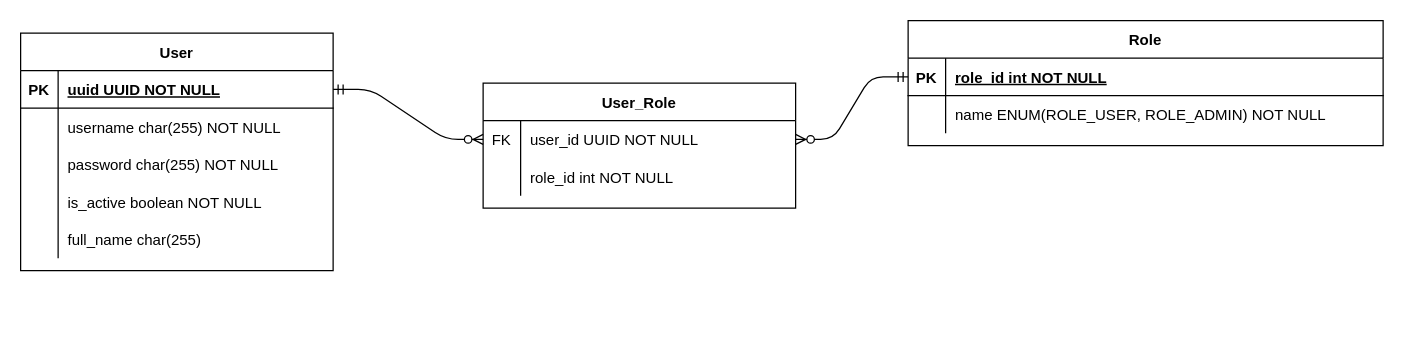
ThingooKNI/backend keeps this draw.io diagram as ERD.drawio. Above is the earlier version. Source tidied: cells renumbered, new cells numbered last; positions are measured from the earlier drawing's top-left corner, leaving out a move shared by most shapes. Both pictures are drawn from the tidied source at 125%, with x=0, y=0 at pixel (20, 20).
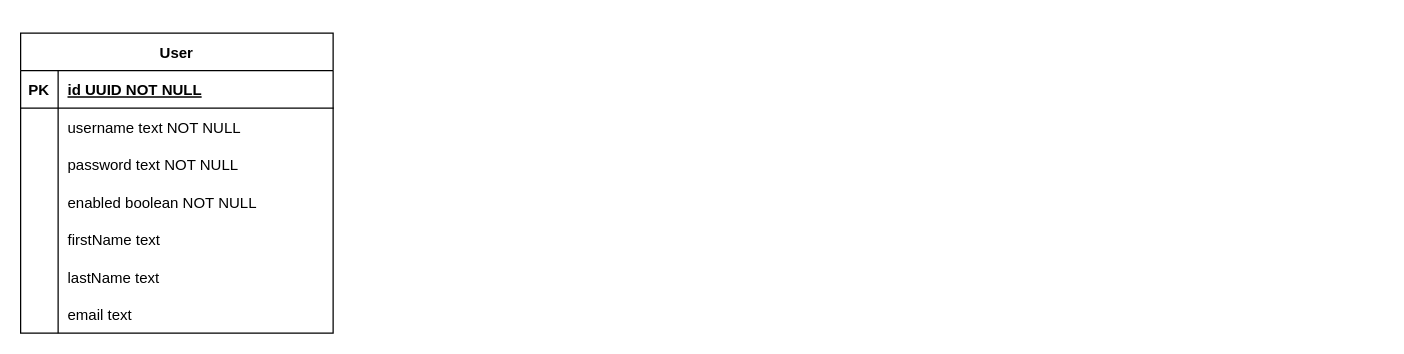
After the change.

Unchanged cells that the change refers to:
```xml
<mxCell id="10" style="shape=partialRectangle;fillColor=none;points=[[0,0.5],[1,0.5]];portConstraint=eastwest;top=0;left=0;right=0;bottom=1;" parent="9" vertex="1">
  <mxGeometry y="30" width="250" height="30" as="geometry" />
</mxCell>
<mxCell id="13" style="shape=partialRectangle;fillColor=none;top=0;left=0;right=0;bottom=0;" parent="9" vertex="1">
  <mxGeometry y="60" width="250" height="30" as="geometry" />
</mxCell>
<mxCell id="16" style="shape=partialRectangle;fillColor=none;top=0;left=0;right=0;bottom=0;" parent="9" vertex="1">
  <mxGeometry y="90" width="250" height="30" as="geometry" />
</mxCell>
<mxCell id="19" style="shape=partialRectangle;fillColor=none;top=0;left=0;right=0;bottom=0;" parent="9" vertex="1">
  <mxGeometry y="120" width="250" height="30" as="geometry" />
</mxCell>
<mxCell id="22" style="shape=partialRectangle;fillColor=none;top=0;left=0;right=0;bottom=0;" parent="9" vertex="1">
  <mxGeometry y="150" width="250" height="30" as="geometry" />
</mxCell>
```

The edit, as a diff of the source:
```diff
@@
-    <mxCell id="2" value="Role" style="shape=table;startSize=30;childLayout=tableLayout;rowLines=0;fontStyle=1;align=center;" parent="1" vertex="1">
-      <mxGeometry x="710" width="380" height="100" as="geometry" />
-    </mxCell>
-    <mxCell id="3" style="shape=partialRectangle;fillColor=none;points=[[0,0.5],[1,0.5]];portConstraint=eastwest;top=0;left=0;right=0;bottom=1;" parent="2" vertex="1">
-      <mxGeometry y="30" width="380" height="30" as="geometry" />
-    </mxCell>
-    <mxCell id="4" value="PK" style="shape=partialRectangle;overflow=hidden;fillColor=none;top=0;left=0;bottom=0;right=0;fontStyle=1;" parent="3" vertex="1">
-      <mxGeometry width="30" height="30" as="geometry" />
-    </mxCell>
-    <mxCell id="5" value="role_id int NOT NULL " style="shape=partialRectangle;overflow=hidden;fillColor=none;top=0;left=0;bottom=0;right=0;align=left;spacingLeft=6;fontStyle=5;" parent="3" vertex="1">
-      <mxGeometry x="30" width="350" height="30" as="geometry" />
-    </mxCell>
-    <mxCell id="6" style="shape=partialRectangle;fillColor=none;top=0;left=0;right=0;bottom=0;" parent="2" vertex="1">
-      <mxGeometry y="60" width="380" height="30" as="geometry" />
-    </mxCell>
-    <mxCell id="7" style="shape=partialRectangle;overflow=hidden;fillColor=none;top=0;left=0;bottom=0;right=0;" parent="6" vertex="1">
-      <mxGeometry width="30" height="30" as="geometry" />
-    </mxCell>
-    <mxCell id="8" value="name ENUM(ROLE_USER, ROLE_ADMIN) NOT NULL" style="shape=partialRectangle;overflow=hidden;fillColor=none;top=0;left=0;bottom=0;right=0;align=left;spacingLeft=6;" parent="6" vertex="1">
-      <mxGeometry x="30" width="350" height="30" as="geometry" />
-    </mxCell>
     <mxCell id="9" value="User" style="shape=table;startSize=30;childLayout=tableLayout;rowLines=0;fontStyle=1;align=center;" parent="1" vertex="1">
-      <mxGeometry y="10" width="250" height="190" as="geometry" />
+      <mxGeometry y="10" width="250" height="240" as="geometry" />
     </mxCell>
@@
-    <mxCell id="12" value="uuid UUID NOT NULL " style="shape=partialRectangle;overflow=hidden;fillColor=none;top=0;left=0;bottom=0;right=0;align=left;spacingLeft=6;fontStyle=5;" parent="10" vertex="1">
+    <mxCell id="12" value="id UUID NOT NULL " style="shape=partialRectangle;overflow=hidden;fillColor=none;top=0;left=0;bottom=0;right=0;align=left;spacingLeft=6;fontStyle=5;" parent="10" vertex="1">
       <mxGeometry x="30" width="220" height="30" as="geometry" />
     </mxCell>
@@
-    <mxCell id="15" value="username char(255) NOT NULL" style="shape=partialRectangle;overflow=hidden;fillColor=none;top=0;left=0;bottom=0;right=0;align=left;spacingLeft=6;" parent="13" vertex="1">
+    <mxCell id="15" value="username text NOT NULL" style="shape=partialRectangle;overflow=hidden;fillColor=none;top=0;left=0;bottom=0;right=0;align=left;spacingLeft=6;" parent="13" vertex="1">
       <mxGeometry x="30" width="220" height="30" as="geometry" />
     </mxCell>
@@
-    <mxCell id="18" value="password char(255) NOT NULL" style="shape=partialRectangle;overflow=hidden;fillColor=none;top=0;left=0;bottom=0;right=0;align=left;spacingLeft=6;" parent="16" vertex="1">
+    <mxCell id="18" value="password text NOT NULL" style="shape=partialRectangle;overflow=hidden;fillColor=none;top=0;left=0;bottom=0;right=0;align=left;spacingLeft=6;" parent="16" vertex="1">
       <mxGeometry x="30" width="220" height="30" as="geometry" />
     </mxCell>
@@
-    <mxCell id="21" value="is_active boolean NOT NULL" style="shape=partialRectangle;overflow=hidden;fillColor=none;top=0;left=0;bottom=0;right=0;align=left;spacingLeft=6;" parent="19" vertex="1">
+    <mxCell id="21" value="enabled boolean NOT NULL" style="shape=partialRectangle;overflow=hidden;fillColor=none;top=0;left=0;bottom=0;right=0;align=left;spacingLeft=6;" parent="19" vertex="1">
       <mxGeometry x="30" width="220" height="30" as="geometry" />
     </mxCell>
@@
-    <mxCell id="24" value="full_name char(255)" style="shape=partialRectangle;overflow=hidden;fillColor=none;top=0;left=0;bottom=0;right=0;align=left;spacingLeft=6;" parent="22" vertex="1">
+    <mxCell id="24" value="firstName text" style="shape=partialRectangle;overflow=hidden;fillColor=none;top=0;left=0;bottom=0;right=0;align=left;spacingLeft=6;" parent="22" vertex="1">
       <mxGeometry x="30" width="220" height="30" as="geometry" />
     </mxCell>
-    <mxCell id="25" value="User_Role" style="shape=table;startSize=30;childLayout=tableLayout;rowLines=0;fontStyle=1;align=center;" parent="1" vertex="1">
-      <mxGeometry x="370" y="50" width="250" height="100" as="geometry" />
-    </mxCell>
-    <mxCell id="26" style="shape=partialRectangle;fillColor=none;points=[[0,0.5],[1,0.5]];portConstraint=eastwest;top=0;left=0;right=0;bottom=0;" parent="25" vertex="1">
-      <mxGeometry y="30" width="250" height="30" as="geometry" />
-    </mxCell>
-    <mxCell id="27" value="FK" style="shape=partialRectangle;overflow=hidden;fillColor=none;top=0;left=0;bottom=0;right=0;" parent="26" vertex="1">
-      <mxGeometry width="30" height="30" as="geometry" />
-    </mxCell>
-    <mxCell id="28" value="user_id UUID NOT NULL" style="shape=partialRectangle;overflow=hidden;fillColor=none;top=0;left=0;bottom=0;right=0;align=left;spacingLeft=6;" parent="26" vertex="1">
-      <mxGeometry x="30" width="220" height="30" as="geometry" />
-    </mxCell>
-    <mxCell id="29" style="shape=partialRectangle;fillColor=none;top=0;left=0;right=0;bottom=0;" parent="25" vertex="1">
-      <mxGeometry y="60" width="250" height="30" as="geometry" />
-    </mxCell>
-    <mxCell id="30" style="shape=partialRectangle;overflow=hidden;fillColor=none;top=0;left=0;bottom=0;right=0;" parent="29" vertex="1">
-      <mxGeometry width="30" height="30" as="geometry" />
-    </mxCell>
-    <mxCell id="31" value="role_id int NOT NULL" style="shape=partialRectangle;overflow=hidden;fillColor=none;top=0;left=0;bottom=0;right=0;align=left;spacingLeft=6;" parent="29" vertex="1">
-      <mxGeometry x="30" width="220" height="30" as="geometry" />
-    </mxCell>
-    <mxCell id="32" style="edgeStyle=entityRelationEdgeStyle;fontSize=12;html=1;endArrow=ERzeroToMany;startArrow=ERmandOne;exitX=1;exitY=0.5;exitDx=0;exitDy=0;entryX=0;entryY=0.5;entryDx=0;entryDy=0;" parent="1" edge="1" source="10" target="26">
-      <mxGeometry relative="1" as="geometry" />
-    </mxCell>
-    <mxCell id="33" style="edgeStyle=entityRelationEdgeStyle;fontSize=12;html=1;endArrow=ERzeroToMany;startArrow=ERmandOne;exitX=0;exitY=0.5;exitDx=0;exitDy=0;entryX=1;entryY=0.5;entryDx=0;entryDy=0;" parent="1" edge="1" source="3" target="26">
-      <mxGeometry relative="1" as="geometry" />
-    </mxCell>
+    <mxCell id="34" style="shape=partialRectangle;fillColor=none;top=0;left=0;right=0;bottom=0;" parent="9" vertex="1">
+      <mxGeometry y="180" width="250" height="30" as="geometry" />
+    </mxCell>
+    <mxCell id="35" style="shape=partialRectangle;overflow=hidden;fillColor=none;top=0;left=0;bottom=0;right=0;" parent="34" vertex="1">
+      <mxGeometry width="30" height="30" as="geometry" />
+    </mxCell>
+    <mxCell id="36" value="lastName text" style="shape=partialRectangle;overflow=hidden;fillColor=none;top=0;left=0;bottom=0;right=0;align=left;spacingLeft=6;" parent="34" vertex="1">
+      <mxGeometry x="30" width="220" height="30" as="geometry" />
+    </mxCell>
+    <mxCell id="37" style="shape=partialRectangle;fillColor=none;top=0;left=0;right=0;bottom=0;" parent="9" vertex="1">
+      <mxGeometry y="210" width="250" height="30" as="geometry" />
+    </mxCell>
+    <mxCell id="38" style="shape=partialRectangle;overflow=hidden;fillColor=none;top=0;left=0;bottom=0;right=0;" parent="37" vertex="1">
+      <mxGeometry width="30" height="30" as="geometry" />
+    </mxCell>
+    <mxCell id="39" value="email text" style="shape=partialRectangle;overflow=hidden;fillColor=none;top=0;left=0;bottom=0;right=0;align=left;spacingLeft=6;" parent="37" vertex="1">
+      <mxGeometry x="30" width="220" height="30" as="geometry" />
+    </mxCell>
```
